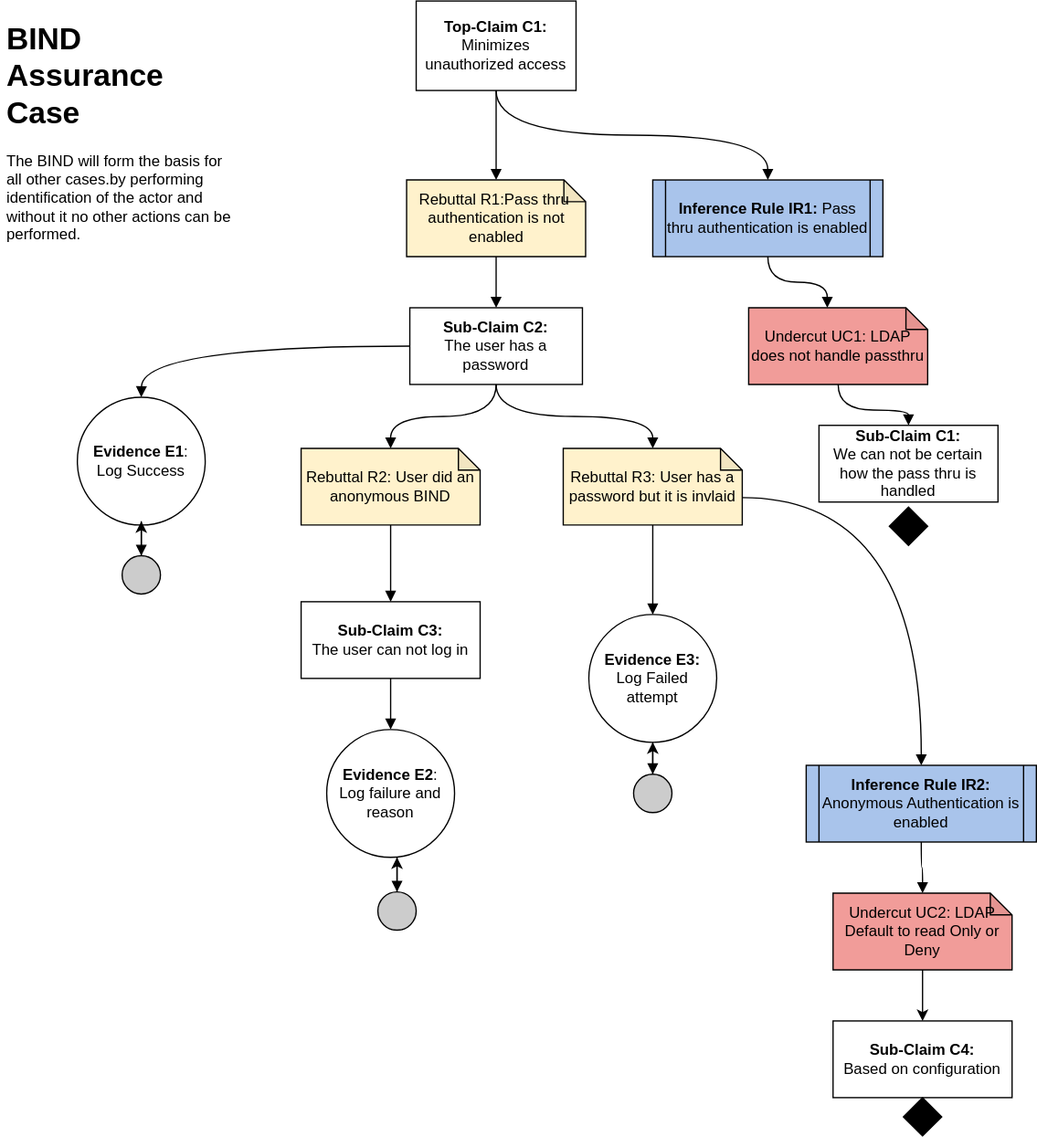
Above: images/BIND Assurance Case.svg in bartelsjoshuac/SAPG (draw.io), before the change. Source tidied: cells renumbered, new cells last; positions are measured from the earlier drawing's top-left corner, leaving out a move shared by most shapes.
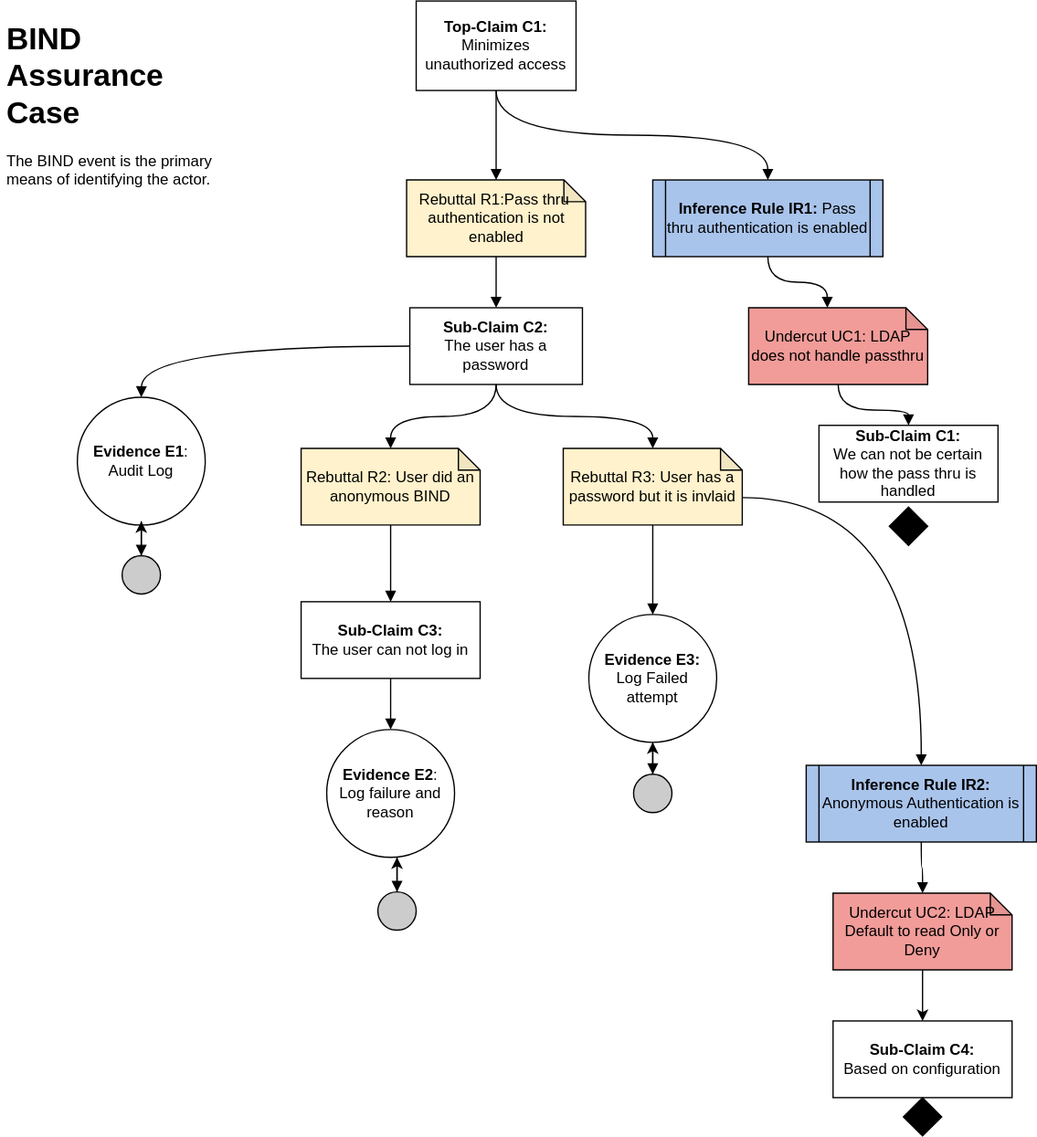
After the change.

The edit, as a diff of the source:
```diff
@@ -2,7 +2,7 @@
   <root>
     <mxCell id="0" />
     <mxCell id="1" parent="0" />
-    <mxCell id="2" value="&lt;h1&gt;BIND Assurance Case&lt;/h1&gt;&lt;p&gt;The BIND will form the basis for all other cases.by performing identification of the actor and without it no other actions can be performed.&lt;/p&gt;" style="text;html=1;strokeColor=none;fillColor=none;spacing=5;spacingTop=-20;whiteSpace=wrap;overflow=hidden;rounded=0;" parent="1" vertex="1">
+    <mxCell id="2" value="&lt;h1&gt;BIND Assurance Case&lt;/h1&gt;&lt;p&gt;The BIND event is the primary means of identifying the actor.&lt;/p&gt;" style="text;html=1;strokeColor=none;fillColor=none;spacing=5;spacingTop=-20;whiteSpace=wrap;overflow=hidden;rounded=0;" parent="1" vertex="1">
       <mxGeometry y="10" width="190" height="270" as="geometry" />
     </mxCell>
     <mxCell id="3" style="edgeStyle=orthogonalEdgeStyle;rounded=0;jettySize=auto;html=1;endArrow=block;endFill=1;curved=1;" parent="1" edge="1" source="5" target="7">
@@ -110,7 +110,7 @@
         <mxPoint x="110" y="310" as="targetPoint" />
       </mxGeometry>
     </mxCell>
-    <mxCell id="36" value="&lt;b&gt;Evidence E1&lt;/b&gt;:&lt;br&gt;Log Success" style="ellipse;whiteSpace=wrap;html=1;fillColor=#ffffff;rounded=0;" parent="1" vertex="1">
+    <mxCell id="36" value="&lt;b&gt;Evidence E1&lt;/b&gt;:&lt;br&gt;Audit Log" style="ellipse;whiteSpace=wrap;html=1;fillColor=#ffffff;rounded=0;" parent="1" vertex="1">
       <mxGeometry x="60" y="310" width="100" height="100" as="geometry" />
     </mxCell>
     <mxCell id="37" style="edgeStyle=orthogonalEdgeStyle;rounded=0;jettySize=auto;html=1;" parent="1" edge="1" source="38" target="21">
```
